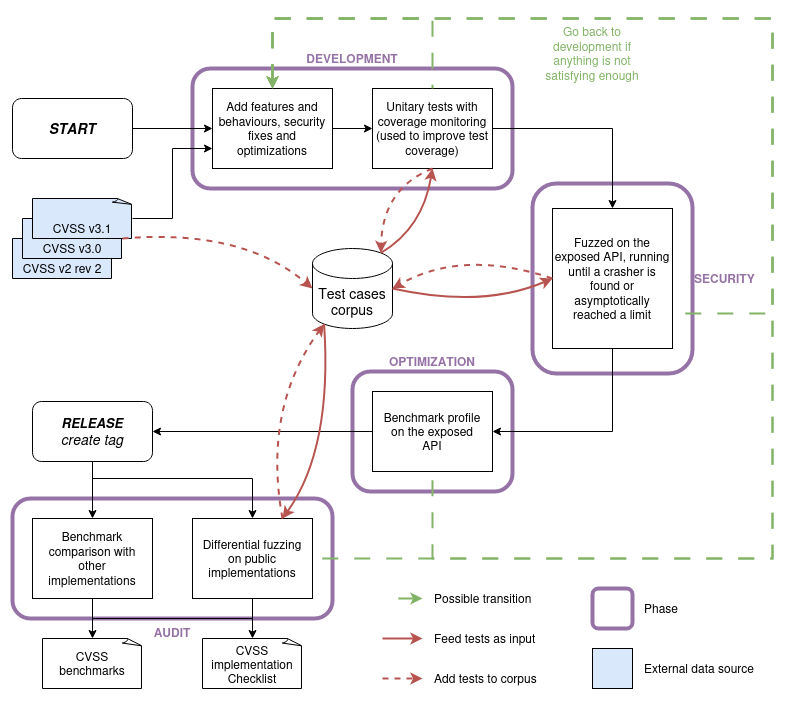
pandatix/go-cvss keeps this draw.io diagram as res/dev-pipeline.png. Above is the earlier version. Source tidied: cells renumbered, new cells last; positions are measured from the earlier drawing's top-left corner, leaving out a move shared by most shapes.
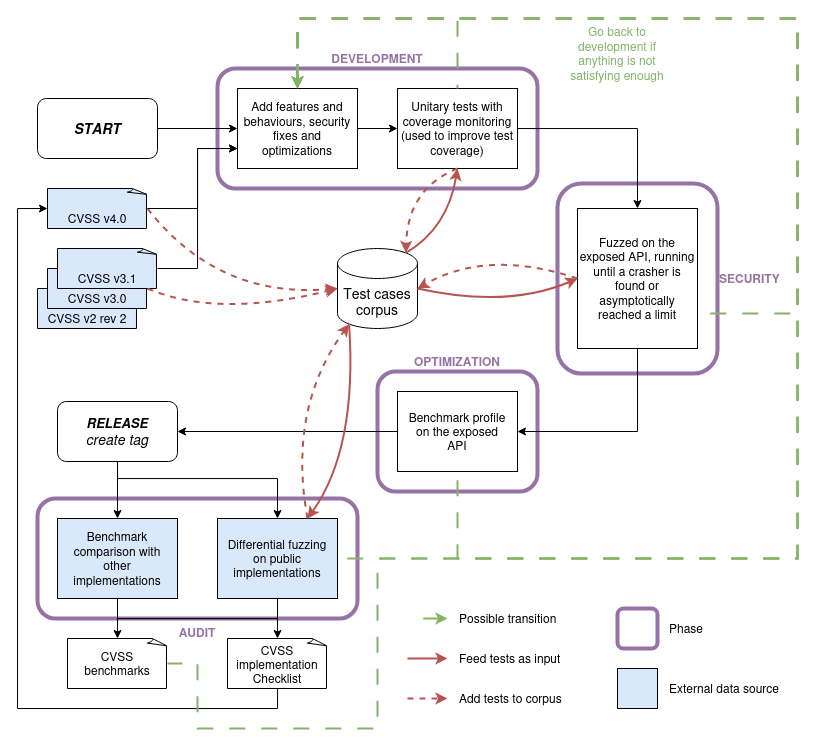
Later version of the same file.

Commit message:
Update development pipeline

Change to the diagram source:
```diff
@@ -21,16 +21,16 @@
       <mxGeometry y="80" width="120" height="60" as="geometry" />
     </mxCell>
     <mxCell id="8" value="CVSS v2 rev 2" style="whiteSpace=wrap;html=1;shape=mxgraph.basic.document;fontSize=12;verticalAlign=bottom;fillColor=#dae8fc;strokeColor=default;" parent="1" vertex="1">
-      <mxGeometry y="220" width="100" height="40" as="geometry" />
+      <mxGeometry y="270" width="100" height="40" as="geometry" />
     </mxCell>
     <mxCell id="9" value="CVSS v3.0" style="whiteSpace=wrap;html=1;shape=mxgraph.basic.document;fontSize=12;verticalAlign=bottom;fillColor=#dae8fc;strokeColor=default;" parent="1" vertex="1">
-      <mxGeometry x="10" y="200" width="100" height="40" as="geometry" />
+      <mxGeometry x="10" y="250" width="100" height="40" as="geometry" />
     </mxCell>
     <mxCell id="10" style="edgeStyle=orthogonalEdgeStyle;rounded=0;jettySize=auto;html=1;entryX=0;entryY=0.75;entryDx=0;entryDy=0;fontSize=14;" parent="1" edge="1" source="11" target="13">
       <mxGeometry relative="1" as="geometry" />
     </mxCell>
     <mxCell id="11" value="CVSS v3.1" style="whiteSpace=wrap;html=1;shape=mxgraph.basic.document;fontSize=12;verticalAlign=bottom;fillColor=#dae8fc;strokeColor=default;" parent="1" vertex="1">
-      <mxGeometry x="20" y="180" width="100" height="40" as="geometry" />
+      <mxGeometry x="20" y="230" width="100" height="40" as="geometry" />
     </mxCell>
     <mxCell id="12" style="edgeStyle=orthogonalEdgeStyle;rounded=0;jettySize=auto;html=1;entryX=0;entryY=0.5;entryDx=0;entryDy=0;fontSize=12;" parent="1" edge="1" source="13" target="15">
       <mxGeometry relative="1" as="geometry" />
@@ -60,7 +60,7 @@
     <mxCell id="19" style="curved=1;endArrow=classic;html=1;rounded=0;fontSize=14;exitX=1;exitY=0.5;exitDx=0;exitDy=0;exitPerimeter=0;entryX=0;entryY=0.5;entryDx=0;entryDy=0;entryPerimeter=0;fillColor=#f8cecc;strokeColor=#b85450;strokeWidth=2;dashed=1;" parent="1" edge="1" source="9" target="18">
       <mxGeometry relative="1" as="geometry">
         <Array as="points">
-          <mxPoint x="230" y="210" />
+          <mxPoint x="180" y="300" />
         </Array>
       </mxGeometry>
     </mxCell>
@@ -73,7 +73,7 @@
     <mxCell id="22" style="edgeStyle=orthogonalEdgeStyle;rounded=0;jettySize=auto;html=1;entryX=1;entryY=0.5;entryDx=0;entryDy=0;strokeWidth=1;fontSize=12;exitX=0;exitY=0.5;exitDx=0;exitDy=0;" parent="1" edge="1" source="21" target="20">
       <mxGeometry relative="1" as="geometry" />
     </mxCell>
-    <mxCell id="23" value="&lt;div&gt;Benchmark comparison with&lt;/div&gt;&lt;div&gt;other&lt;/div&gt;&lt;div&gt;implementations&lt;br&gt;&lt;/div&gt;" style="rounded=0;whiteSpace=wrap;html=1;strokeColor=default;fontSize=12;" parent="1" vertex="1">
+    <mxCell id="23" value="&lt;div&gt;Benchmark comparison with&lt;/div&gt;&lt;div&gt;other&lt;/div&gt;&lt;div&gt;implementations&lt;br&gt;&lt;/div&gt;" style="rounded=0;whiteSpace=wrap;html=1;strokeColor=default;fontSize=12;fillColor=#dae8fc;" parent="1" vertex="1">
       <mxGeometry x="20" y="500" width="120" height="80" as="geometry" />
     </mxCell>
     <mxCell id="24" style="curved=1;endArrow=classic;html=1;rounded=0;fontSize=14;exitX=0.5;exitY=1;exitDx=0;exitDy=0;entryX=0.855;entryY=0;entryDx=0;entryDy=4.35;entryPerimeter=0;fillColor=#f8cecc;strokeColor=#b85450;strokeWidth=2;dashed=1;" parent="1" edge="1" source="15" target="18">
@@ -126,47 +126,47 @@
     </mxCell>
     <mxCell id="31" style="endArrow=none;dashed=1;html=1;dashPattern=8 8;strokeWidth=2;rounded=0;fillColor=#d5e8d4;strokeColor=#82b366;startArrow=classic;startFill=1;" parent="1" edge="1">
       <mxGeometry relative="1" as="geometry">
-        <mxPoint x="410" y="580" as="sourcePoint" />
-        <mxPoint x="370" y="580" as="targetPoint" />
+        <mxPoint x="410" y="600" as="sourcePoint" />
+        <mxPoint x="370" y="600" as="targetPoint" />
       </mxGeometry>
     </mxCell>
     <mxCell id="32" value="Possible transition" style="text;html=1;strokeColor=none;fillColor=none;align=left;verticalAlign=middle;whiteSpace=wrap;rounded=0;fontColor=#000000;" parent="1" vertex="1">
-      <mxGeometry x="420" y="560" width="150" height="40" as="geometry" />
+      <mxGeometry x="420" y="580" width="150" height="40" as="geometry" />
     </mxCell>
     <mxCell id="33" style="rounded=1;whiteSpace=wrap;html=1;strokeColor=#9673a6;fontSize=12;fillColor=none;strokeWidth=4;fontColor=#9673A6;fontStyle=1;labelPosition=center;verticalLabelPosition=bottom;align=center;verticalAlign=top;" parent="1" vertex="1">
-      <mxGeometry x="580" y="570" width="40" height="40" as="geometry" />
+      <mxGeometry x="580" y="590" width="40" height="40" as="geometry" />
     </mxCell>
     <mxCell id="34" value="Phase" style="text;html=1;strokeColor=none;fillColor=none;align=left;verticalAlign=middle;whiteSpace=wrap;rounded=0;fontColor=#000000;" parent="1" vertex="1">
-      <mxGeometry x="630" y="570" width="150" height="40" as="geometry" />
+      <mxGeometry x="630" y="590" width="150" height="40" as="geometry" />
     </mxCell>
     <mxCell id="35" style="rounded=0;whiteSpace=wrap;html=1;fillColor=#dae8fc;strokeColor=default;" parent="1" vertex="1">
-      <mxGeometry x="580" y="630" width="40" height="40" as="geometry" />
+      <mxGeometry x="580" y="650" width="40" height="40" as="geometry" />
     </mxCell>
     <mxCell id="36" value="External data source" style="text;html=1;strokeColor=none;fillColor=none;align=left;verticalAlign=middle;whiteSpace=wrap;rounded=0;fontColor=#000000;" parent="1" vertex="1">
-      <mxGeometry x="630" y="630" width="150" height="40" as="geometry" />
+      <mxGeometry x="630" y="650" width="150" height="40" as="geometry" />
     </mxCell>
     <mxCell id="37" style="curved=1;endArrow=classic;html=1;rounded=0;fontSize=14;fillColor=#f8cecc;strokeColor=#b85450;strokeWidth=2;" parent="1" edge="1">
       <mxGeometry relative="1" as="geometry">
-        <mxPoint x="370" y="620" as="sourcePoint" />
-        <mxPoint x="410" y="620" as="targetPoint" />
+        <mxPoint x="370" y="640" as="sourcePoint" />
+        <mxPoint x="410" y="640" as="targetPoint" />
       </mxGeometry>
     </mxCell>
     <mxCell id="38" value="Feed tests as input" style="text;html=1;strokeColor=none;fillColor=none;align=left;verticalAlign=middle;whiteSpace=wrap;rounded=0;fontColor=#000000;" parent="1" vertex="1">
-      <mxGeometry x="420" y="600" width="150" height="40" as="geometry" />
+      <mxGeometry x="420" y="620" width="150" height="40" as="geometry" />
     </mxCell>
     <mxCell id="39" value="Add tests to corpus" style="text;html=1;strokeColor=none;fillColor=none;align=left;verticalAlign=middle;whiteSpace=wrap;rounded=0;fontColor=#000000;" parent="1" vertex="1">
-      <mxGeometry x="420" y="640" width="150" height="40" as="geometry" />
+      <mxGeometry x="420" y="660" width="150" height="40" as="geometry" />
     </mxCell>
     <mxCell id="40" style="curved=1;endArrow=classic;html=1;rounded=0;fontSize=14;fillColor=#f8cecc;strokeColor=#b85450;strokeWidth=2;dashed=1;" parent="1" edge="1">
       <mxGeometry relative="1" as="geometry">
-        <mxPoint x="370" y="660" as="sourcePoint" />
-        <mxPoint x="410" y="660" as="targetPoint" />
+        <mxPoint x="370" y="680" as="sourcePoint" />
+        <mxPoint x="410" y="680" as="targetPoint" />
       </mxGeometry>
     </mxCell>
     <mxCell id="41" value="CVSS implementation Checklist" style="whiteSpace=wrap;html=1;shape=mxgraph.basic.document;fontSize=12;verticalAlign=bottom;" parent="1" vertex="1">
       <mxGeometry x="190" y="620" width="100" height="50" as="geometry" />
     </mxCell>
-    <mxCell id="42" value="&lt;div&gt;Differential fuzzing&lt;/div&gt;&lt;div&gt;on public implementations&lt;/div&gt;" style="rounded=0;whiteSpace=wrap;html=1;strokeColor=default;fontSize=12;" parent="1" vertex="1">
+    <mxCell id="42" value="&lt;div&gt;Differential fuzzing&lt;/div&gt;&lt;div&gt;on public implementations&lt;/div&gt;" style="rounded=0;whiteSpace=wrap;html=1;strokeColor=default;fontSize=12;fillColor=#dae8fc;" parent="1" vertex="1">
       <mxGeometry x="180" y="500" width="120" height="80" as="geometry" />
     </mxCell>
     <mxCell id="43" style="edgeStyle=orthogonalEdgeStyle;rounded=0;jettySize=auto;html=1;entryX=0.5;entryY=0;entryDx=0;entryDy=0;strokeWidth=1;fontSize=12;exitX=0.5;exitY=1;exitDx=0;exitDy=0;" parent="1" edge="1" source="20" target="42">
@@ -227,5 +227,45 @@
         </Array>
       </mxGeometry>
     </mxCell>
+    <mxCell id="52" value="CVSS v4.0" style="whiteSpace=wrap;html=1;shape=mxgraph.basic.document;fontSize=12;verticalAlign=bottom;fillColor=#dae8fc;strokeColor=default;" parent="1" vertex="1">
+      <mxGeometry x="10" y="170" width="100" height="40" as="geometry" />
+    </mxCell>
+    <mxCell id="53" style="curved=1;endArrow=classic;html=1;rounded=0;fontSize=14;exitX=1;exitY=0.5;exitDx=0;exitDy=0;exitPerimeter=0;entryX=0;entryY=0.5;entryDx=0;entryDy=0;entryPerimeter=0;fillColor=#f8cecc;strokeColor=#b85450;strokeWidth=2;dashed=1;" parent="1" edge="1" source="52" target="18">
+      <mxGeometry relative="1" as="geometry">
+        <Array as="points">
+          <mxPoint x="180" y="280" />
+        </Array>
+      </mxGeometry>
+    </mxCell>
+    <mxCell id="54" style="edgeStyle=orthogonalEdgeStyle;rounded=0;jettySize=auto;html=1;entryX=0;entryY=0.75;entryDx=0;entryDy=0;fontSize=14;exitX=1;exitY=0.5;exitDx=0;exitDy=0;exitPerimeter=0;" parent="1" edge="1" source="52" target="13">
+      <mxGeometry relative="1" as="geometry">
+        <Array as="points">
+          <mxPoint x="160" y="190" />
+          <mxPoint x="160" y="130" />
+        </Array>
+      </mxGeometry>
+    </mxCell>
+    <mxCell id="55" style="edgeStyle=orthogonalEdgeStyle;rounded=0;jettySize=auto;html=1;entryX=0;entryY=0.5;entryDx=0;entryDy=0;entryPerimeter=0;" parent="1" edge="1" source="41" target="52">
+      <mxGeometry relative="1" as="geometry">
+        <Array as="points">
+          <mxPoint x="240" y="690" />
+          <mxPoint x="-20" y="690" />
+          <mxPoint x="-20" y="190" />
+        </Array>
+      </mxGeometry>
+    </mxCell>
+    <mxCell id="56" style="endArrow=none;dashed=1;html=1;dashPattern=8 8;strokeWidth=2;rounded=0;fillColor=#d5e8d4;strokeColor=#82b366;entryX=1;entryY=0.5;entryDx=0;entryDy=0;exitX=0.5;exitY=0;exitDx=0;exitDy=0;startArrow=classic;startFill=1;entryPerimeter=0;" parent="1" edge="1" source="13" target="46">
+      <mxGeometry relative="1" as="geometry">
+        <Array as="points">
+          <mxPoint x="260" />
+          <mxPoint x="760" />
+          <mxPoint x="760" y="540" />
+          <mxPoint x="340" y="540" />
+          <mxPoint x="340" y="710" />
+          <mxPoint x="160" y="710" />
+          <mxPoint x="160" y="645" />
+        </Array>
+      </mxGeometry>
+    </mxCell>
   </root>
 </mxGraphModel>
```
